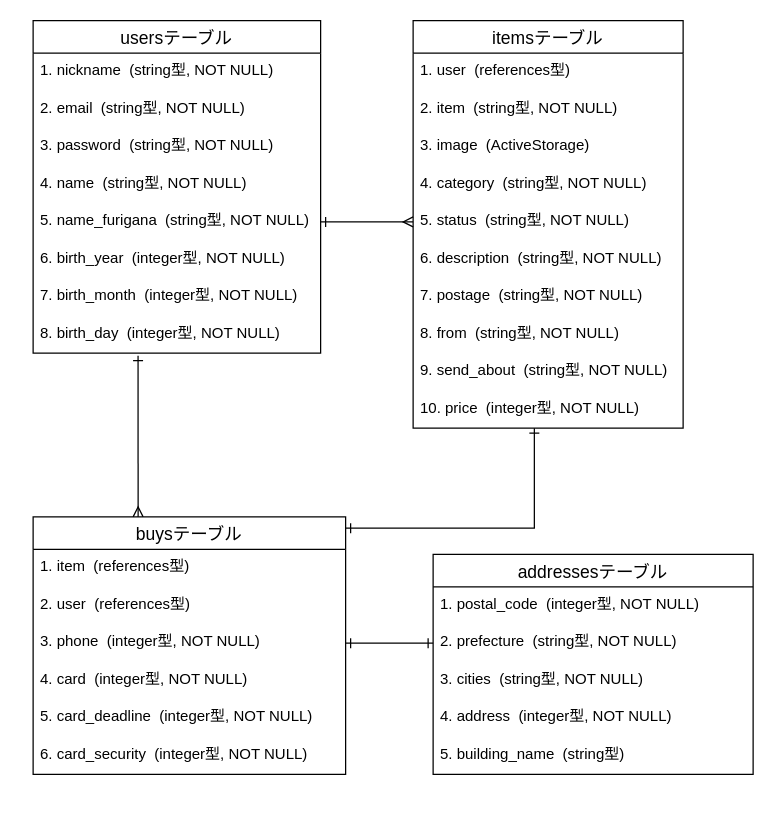
This is furima-er.dio from itokanta/furima-35084, a draw.io file, before an edit. Source tidied: cells renumbered, new cells numbered last; positions are measured from the earlier drawing's top-left corner, leaving out a move shared by most shapes. Both pictures are drawn from the tidied source at 125%, with x=0, y=0 at pixel (32, 20).
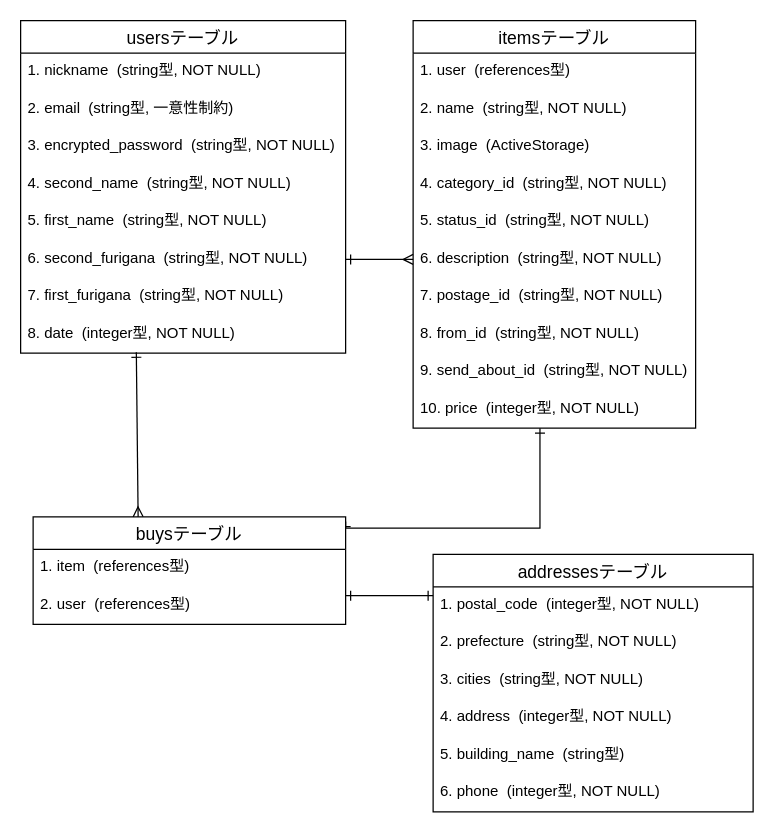
The same diagram, later.

Unchanged cells that the change refers to:
```xml
<mxCell id="34" value="1. postal_code  (integer型, NOT NULL)" style="text;strokeColor=none;fillColor=none;spacingLeft=4;spacingRight=4;overflow=hidden;points=[[0,0.5],[1,0.5]];portConstraint=eastwest;fontSize=12;" parent="33" vertex="1">
  <mxGeometry y="26" width="256" height="30" as="geometry" />
</mxCell>
<mxCell id="35" value="2. prefecture  (string型, NOT NULL)" style="text;strokeColor=none;fillColor=none;spacingLeft=4;spacingRight=4;overflow=hidden;points=[[0,0.5],[1,0.5]];portConstraint=eastwest;fontSize=12;" parent="33" vertex="1">
  <mxGeometry y="56" width="256" height="30" as="geometry" />
</mxCell>
```

The edit, as a diff of the source:
```diff
@@
     <mxCell id="2" value="usersテーブル" style="swimlane;fontStyle=0;horizontal=1;startSize=26;align=center;fontSize=14;" parent="1" vertex="1">
-      <mxGeometry width="230" height="266" as="geometry" />
+      <mxGeometry x="-10" width="260" height="266" as="geometry" />
     </mxCell>
     <mxCell id="3" value="1. nickname  (string型, NOT NULL)" style="text;strokeColor=none;fillColor=none;spacingLeft=4;spacingRight=4;overflow=hidden;fontSize=12;" parent="2" vertex="1">
-      <mxGeometry y="26" width="230" height="30" as="geometry" />
+      <mxGeometry y="26" width="260" height="30" as="geometry" />
     </mxCell>
-    <mxCell id="4" value="2. email  (string型, NOT NULL)" style="text;strokeColor=none;fillColor=none;spacingLeft=4;spacingRight=4;overflow=hidden;fontSize=12;" parent="2" vertex="1">
-      <mxGeometry y="56" width="230" height="30" as="geometry" />
+    <mxCell id="4" value="2. email  (string型, 一意性制約)" style="text;strokeColor=none;fillColor=none;spacingLeft=4;spacingRight=4;overflow=hidden;fontSize=12;" parent="2" vertex="1">
+      <mxGeometry y="56" width="260" height="30" as="geometry" />
     </mxCell>
-    <mxCell id="5" value="3. password  (string型, NOT NULL)" style="text;strokeColor=none;fillColor=none;spacingLeft=4;spacingRight=4;overflow=hidden;fontSize=12;" parent="2" vertex="1">
-      <mxGeometry y="86" width="230" height="30" as="geometry" />
+    <mxCell id="5" value="3. encrypted_password  (string型, NOT NULL)" style="text;strokeColor=none;fillColor=none;spacingLeft=4;spacingRight=4;overflow=hidden;fontSize=12;" parent="2" vertex="1">
+      <mxGeometry y="86" width="260" height="30" as="geometry" />
     </mxCell>
-    <mxCell id="6" value="4. name  (string型, NOT NULL)" style="text;strokeColor=none;fillColor=none;spacingLeft=4;spacingRight=4;overflow=hidden;fontSize=12;" parent="2" vertex="1">
-      <mxGeometry y="116" width="230" height="30" as="geometry" />
+    <mxCell id="6" value="4. second_name  (string型, NOT NULL)" style="text;strokeColor=none;fillColor=none;spacingLeft=4;spacingRight=4;overflow=hidden;fontSize=12;" parent="2" vertex="1">
+      <mxGeometry y="116" width="260" height="30" as="geometry" />
     </mxCell>
+    <mxCell id="39" value="5. first_name  (string型, NOT NULL)" style="text;strokeColor=none;fillColor=none;spacingLeft=4;spacingRight=4;overflow=hidden;fontSize=12;" parent="2" vertex="1">
+      <mxGeometry y="146" width="260" height="30" as="geometry" />
+    </mxCell>
-    <mxCell id="7" value="5. name_furigana  (string型, NOT NULL)" style="text;strokeColor=none;fillColor=none;spacingLeft=4;spacingRight=4;overflow=hidden;points=[[0,0.5],[1,0.5]];portConstraint=eastwest;fontSize=12;" parent="2" vertex="1">
-      <mxGeometry y="146" width="230" height="30" as="geometry" />
+    <mxCell id="7" value="6. second_furigana  (string型, NOT NULL)" style="text;strokeColor=none;fillColor=none;spacingLeft=4;spacingRight=4;overflow=hidden;points=[[0,0.5],[1,0.5]];portConstraint=eastwest;fontSize=12;" parent="2" vertex="1">
+      <mxGeometry y="176" width="260" height="30" as="geometry" />
     </mxCell>
+    <mxCell id="40" value="7. first_furigana  (string型, NOT NULL)" style="text;strokeColor=none;fillColor=none;spacingLeft=4;spacingRight=4;overflow=hidden;fontSize=12;" parent="2" vertex="1">
+      <mxGeometry y="206" width="260" height="30" as="geometry" />
+    </mxCell>
-    <mxCell id="8" value="6. birth_year  (integer型, NOT NULL)" style="text;strokeColor=none;fillColor=none;spacingLeft=4;spacingRight=4;overflow=hidden;points=[[0,0.5],[1,0.5]];portConstraint=eastwest;fontSize=12;" parent="2" vertex="1">
-      <mxGeometry y="176" width="230" height="30" as="geometry" />
+    <mxCell id="8" value="8. date  (integer型, NOT NULL)" style="text;strokeColor=none;fillColor=none;spacingLeft=4;spacingRight=4;overflow=hidden;points=[[0,0.5],[1,0.5]];portConstraint=eastwest;fontSize=12;" parent="2" vertex="1">
+      <mxGeometry y="236" width="260" height="30" as="geometry" />
     </mxCell>
-    <mxCell id="9" value="7. birth_month  (integer型, NOT NULL)" style="text;strokeColor=none;fillColor=none;spacingLeft=4;spacingRight=4;overflow=hidden;fontSize=12;" parent="2" vertex="1">
-      <mxGeometry y="206" width="230" height="30" as="geometry" />
-    </mxCell>
-    <mxCell id="10" value="8. birth_day  (integer型, NOT NULL)" style="text;strokeColor=none;fillColor=none;spacingLeft=4;spacingRight=4;overflow=hidden;points=[[0,0.5],[1,0.5]];portConstraint=eastwest;fontSize=12;" parent="2" vertex="1">
-      <mxGeometry y="236" width="230" height="30" as="geometry" />
-    </mxCell>
@@
     <mxCell id="12" value="itemsテーブル" style="swimlane;fontStyle=0;horizontal=1;startSize=26;align=center;fontSize=14;" parent="1" vertex="1">
-      <mxGeometry x="304" width="216" height="326" as="geometry" />
+      <mxGeometry x="304" width="226" height="326" as="geometry" />
     </mxCell>
     <mxCell id="13" value="1. user  (references型)" style="text;strokeColor=none;fillColor=none;spacingLeft=4;spacingRight=4;overflow=hidden;fontSize=12;" parent="12" vertex="1">
-      <mxGeometry y="26" width="216" height="30" as="geometry" />
+      <mxGeometry y="26" width="226" height="30" as="geometry" />
     </mxCell>
-    <mxCell id="14" value="2. item  (string型, NOT NULL)" style="text;strokeColor=none;fillColor=none;spacingLeft=4;spacingRight=4;overflow=hidden;fontSize=12;" parent="12" vertex="1">
-      <mxGeometry y="56" width="216" height="30" as="geometry" />
+    <mxCell id="14" value="2. name  (string型, NOT NULL)" style="text;strokeColor=none;fillColor=none;spacingLeft=4;spacingRight=4;overflow=hidden;fontSize=12;" parent="12" vertex="1">
+      <mxGeometry y="56" width="226" height="30" as="geometry" />
     </mxCell>
     <mxCell id="15" value="3. image  (ActiveStorage)" style="text;strokeColor=none;fillColor=none;spacingLeft=4;spacingRight=4;overflow=hidden;fontSize=12;" parent="12" vertex="1">
-      <mxGeometry y="86" width="216" height="30" as="geometry" />
+      <mxGeometry y="86" width="226" height="30" as="geometry" />
     </mxCell>
-    <mxCell id="16" value="4. category  (string型, NOT NULL)" style="text;strokeColor=none;fillColor=none;spacingLeft=4;spacingRight=4;overflow=hidden;fontSize=12;" parent="12" vertex="1">
-      <mxGeometry y="116" width="216" height="30" as="geometry" />
+    <mxCell id="16" value="4. category_id  (string型, NOT NULL)" style="text;strokeColor=none;fillColor=none;spacingLeft=4;spacingRight=4;overflow=hidden;fontSize=12;" parent="12" vertex="1">
+      <mxGeometry y="116" width="226" height="30" as="geometry" />
     </mxCell>
-    <mxCell id="17" value="5. status  (string型, NOT NULL)" style="text;strokeColor=none;fillColor=none;spacingLeft=4;spacingRight=4;overflow=hidden;fontSize=12;" parent="12" vertex="1">
-      <mxGeometry y="146" width="216" height="30" as="geometry" />
+    <mxCell id="17" value="5. status_id  (string型, NOT NULL)" style="text;strokeColor=none;fillColor=none;spacingLeft=4;spacingRight=4;overflow=hidden;fontSize=12;" parent="12" vertex="1">
+      <mxGeometry y="146" width="226" height="30" as="geometry" />
     </mxCell>
     <mxCell id="18" value="6. description  (string型, NOT NULL)" style="text;strokeColor=none;fillColor=none;spacingLeft=4;spacingRight=4;overflow=hidden;fontSize=12;" parent="12" vertex="1">
-      <mxGeometry y="176" width="216" height="30" as="geometry" />
+      <mxGeometry y="176" width="226" height="30" as="geometry" />
     </mxCell>
-    <mxCell id="19" value="7. postage  (string型, NOT NULL)" style="text;strokeColor=none;fillColor=none;spacingLeft=4;spacingRight=4;overflow=hidden;fontSize=12;" parent="12" vertex="1">
-      <mxGeometry y="206" width="216" height="30" as="geometry" />
+    <mxCell id="19" value="7. postage_id  (string型, NOT NULL)" style="text;strokeColor=none;fillColor=none;spacingLeft=4;spacingRight=4;overflow=hidden;fontSize=12;" parent="12" vertex="1">
+      <mxGeometry y="206" width="226" height="30" as="geometry" />
     </mxCell>
-    <mxCell id="20" value="8. from  (string型, NOT NULL)" style="text;strokeColor=none;fillColor=none;spacingLeft=4;spacingRight=4;overflow=hidden;fontSize=12;" parent="12" vertex="1">
-      <mxGeometry y="236" width="216" height="30" as="geometry" />
+    <mxCell id="20" value="8. from_id  (string型, NOT NULL)" style="text;strokeColor=none;fillColor=none;spacingLeft=4;spacingRight=4;overflow=hidden;fontSize=12;" parent="12" vertex="1">
+      <mxGeometry y="236" width="226" height="30" as="geometry" />
     </mxCell>
-    <mxCell id="21" value="9. send_about  (string型, NOT NULL)" style="text;strokeColor=none;fillColor=none;spacingLeft=4;spacingRight=4;overflow=hidden;fontSize=12;" parent="12" vertex="1">
-      <mxGeometry y="266" width="216" height="30" as="geometry" />
+    <mxCell id="21" value="9. send_about_id  (string型, NOT NULL)" style="text;strokeColor=none;fillColor=none;spacingLeft=4;spacingRight=4;overflow=hidden;fontSize=12;" parent="12" vertex="1">
+      <mxGeometry y="266" width="226" height="30" as="geometry" />
     </mxCell>
     <mxCell id="22" value="10. price  (integer型, NOT NULL)" style="text;strokeColor=none;fillColor=none;spacingLeft=4;spacingRight=4;overflow=hidden;points=[[0,0.5],[1,0.5]];portConstraint=eastwest;fontSize=12;" parent="12" vertex="1">
-      <mxGeometry y="296" width="216" height="30" as="geometry" />
+      <mxGeometry y="296" width="226" height="30" as="geometry" />
     </mxCell>
-    <mxCell id="23" style="rounded=0;jettySize=auto;elbow=vertical;html=1;entryX=0.365;entryY=1.067;entryDx=0;entryDy=0;entryPerimeter=0;startArrow=ERmany;startFill=0;endArrow=ERone;endFill=0;exitX=0.336;exitY=0;exitDx=0;exitDy=0;exitPerimeter=0;" parent="1" edge="1" source="26" target="10">
+    <mxCell id="23" style="rounded=0;jettySize=auto;elbow=vertical;html=1;startArrow=ERmany;startFill=0;endArrow=ERone;endFill=0;exitX=0.336;exitY=0;exitDx=0;exitDy=0;exitPerimeter=0;entryX=0.356;entryY=0.978;entryDx=0;entryDy=0;entryPerimeter=0;" parent="1" edge="1" source="26" target="8">
       <mxGeometry relative="1" as="geometry" />
     </mxCell>
@@
-    <mxCell id="25" style="edgeStyle=elbowEdgeStyle;rounded=0;jettySize=auto;elbow=vertical;html=1;entryX=0;entryY=0.5;entryDx=0;entryDy=0;startArrow=ERone;startFill=0;endArrow=ERone;endFill=0;" parent="1" edge="1" source="26" target="35">
-      <mxGeometry relative="1" as="geometry" />
+    <mxCell id="25" style="edgeStyle=elbowEdgeStyle;rounded=0;jettySize=auto;elbow=vertical;html=1;entryX=0;entryY=0.233;entryDx=0;entryDy=0;startArrow=ERone;startFill=0;endArrow=ERone;endFill=0;entryPerimeter=0;" parent="1" edge="1" source="26" target="34">
+      <mxGeometry relative="1" as="geometry">
+        <Array as="points">
+          <mxPoint x="290" y="460" />
+        </Array>
+      </mxGeometry>
     </mxCell>
     <mxCell id="26" value="buysテーブル" style="swimlane;fontStyle=0;horizontal=1;startSize=26;align=center;fontSize=14;" parent="1" vertex="1">
-      <mxGeometry y="397" width="250" height="206" as="geometry" />
+      <mxGeometry y="397" width="250" height="86" as="geometry" />
     </mxCell>
@@
-    <mxCell id="29" value="3. phone  (integer型, NOT NULL)" style="text;strokeColor=none;fillColor=none;spacingLeft=4;spacingRight=4;overflow=hidden;fontSize=12;" parent="26" vertex="1">
-      <mxGeometry y="86" width="250" height="30" as="geometry" />
-    </mxCell>
-    <mxCell id="30" value="4. card  (integer型, NOT NULL)" style="text;strokeColor=none;fillColor=none;spacingLeft=4;spacingRight=4;overflow=hidden;fontSize=12;" parent="26" vertex="1">
-      <mxGeometry y="116" width="250" height="30" as="geometry" />
-    </mxCell>
-    <mxCell id="31" value="5. card_deadline  (integer型, NOT NULL)" style="text;strokeColor=none;fillColor=none;spacingLeft=4;spacingRight=4;overflow=hidden;fontSize=12;" parent="26" vertex="1">
-      <mxGeometry y="146" width="250" height="30" as="geometry" />
-    </mxCell>
-    <mxCell id="32" value="6. card_security  (integer型, NOT NULL)" style="text;strokeColor=none;fillColor=none;spacingLeft=4;spacingRight=4;overflow=hidden;fontSize=12;" parent="26" vertex="1">
-      <mxGeometry y="176" width="250" height="30" as="geometry" />
-    </mxCell>
     <mxCell id="33" value="addressesテーブル" style="swimlane;fontStyle=0;horizontal=1;startSize=26;align=center;fontSize=14;" parent="1" vertex="1">
-      <mxGeometry x="320" y="427" width="256" height="176" as="geometry" />
+      <mxGeometry x="320" y="427" width="256" height="206" as="geometry" />
     </mxCell>
@@
+    <mxCell id="29" value="6. phone  (integer型, NOT NULL)" style="text;strokeColor=none;fillColor=none;spacingLeft=4;spacingRight=4;overflow=hidden;fontSize=12;" parent="33" vertex="1">
+      <mxGeometry y="176" width="256" height="30" as="geometry" />
+    </mxCell>
```
